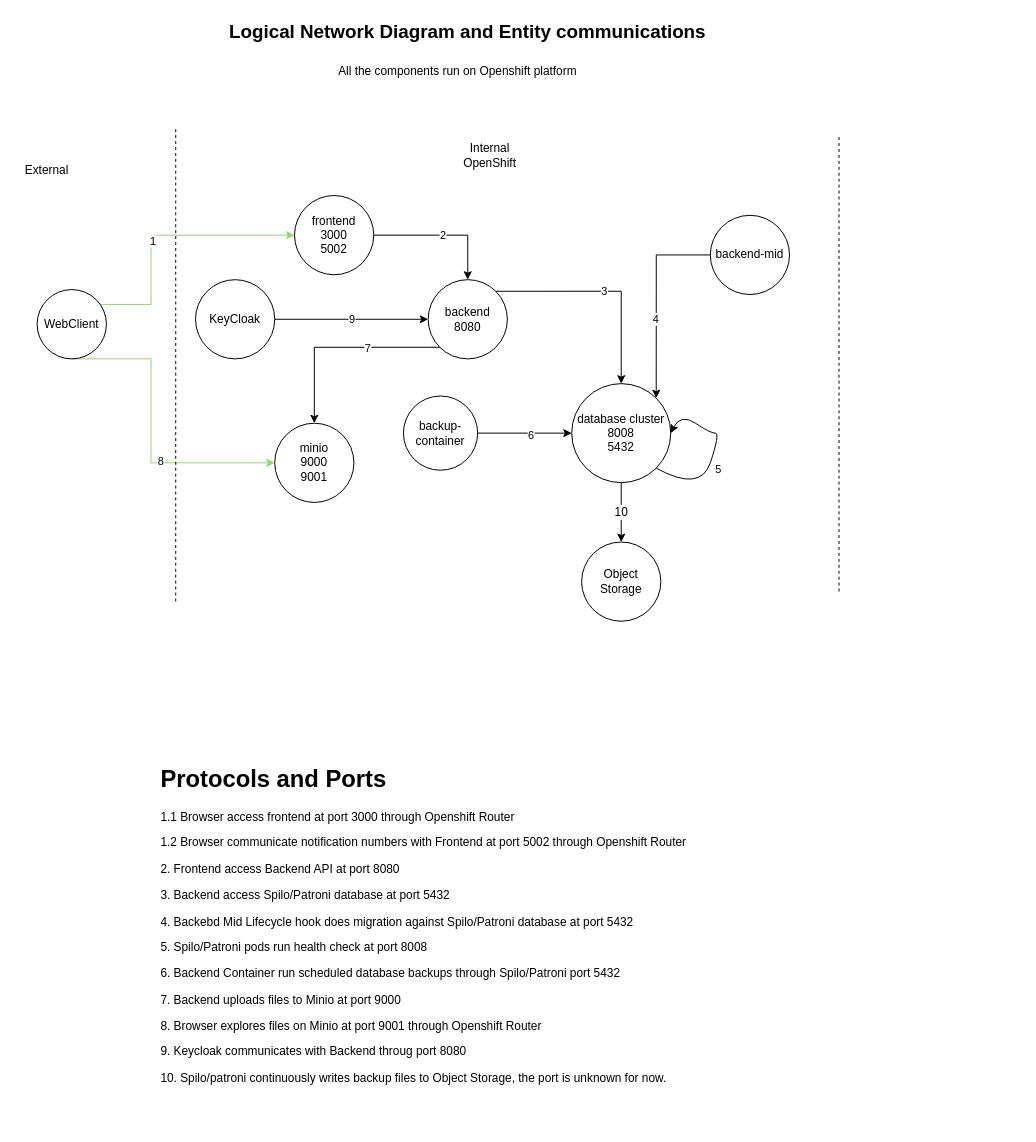
Earlier version of the draw.io diagram openshift/templates/architect-diagram/knp-diagram.drawio (bcgov/itvr). Source tidied: cells renumbered, new cells numbered last; positions are measured from the earlier drawing's top-left corner, leaving out a move shared by most shapes. Both pictures are drawn from the tidied source at 99%, with x=0, y=0 at pixel (17, 17).
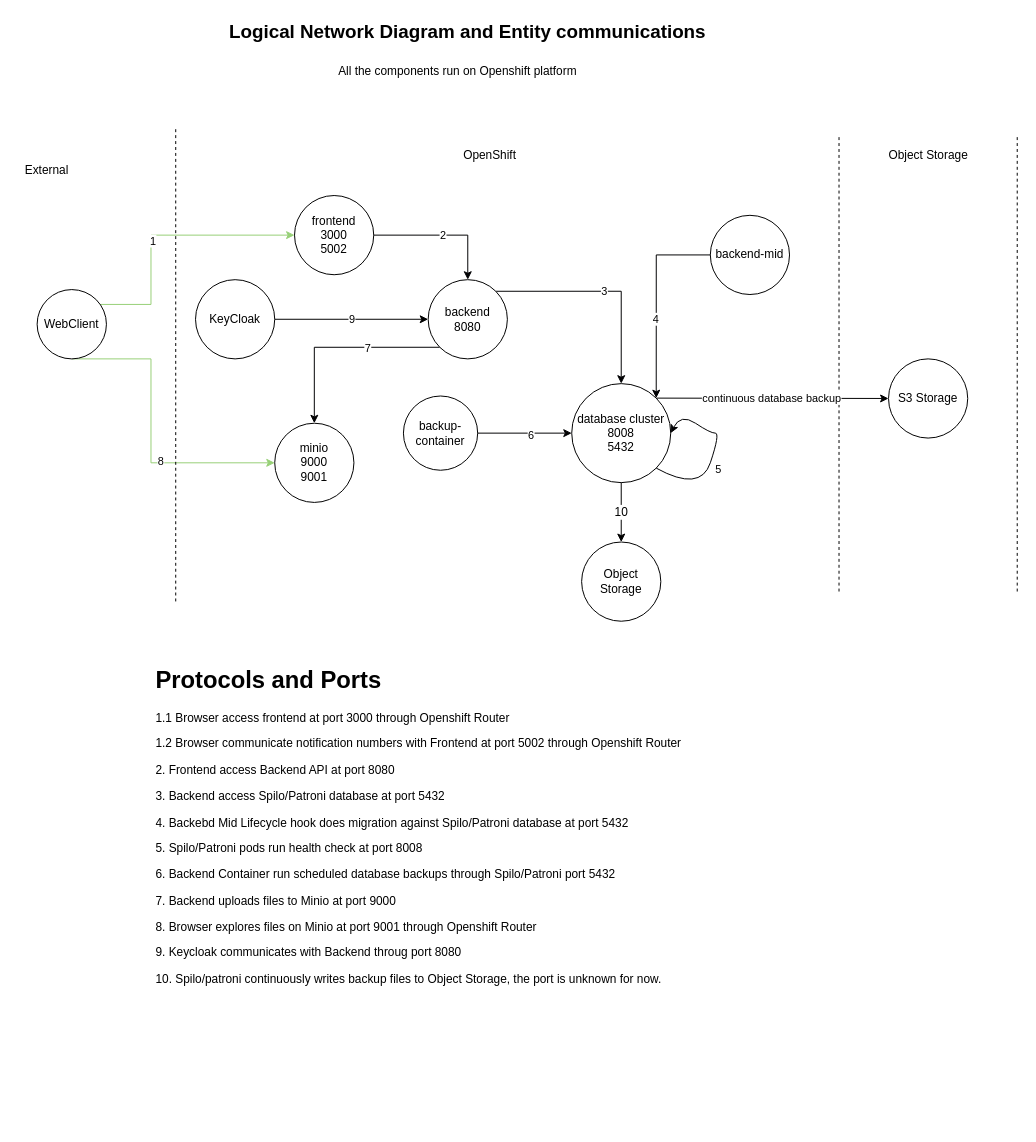
After the change.

Commit message:
update knp diagram

Unchanged cells that the change refers to:
```xml
<mxCell id="8" value="database cluster&lt;br&gt;8008&lt;br&gt;5432" style="ellipse;whiteSpace=wrap;html=1;" parent="1" vertex="1">
  <mxGeometry x="560" y="370" width="100" height="100" as="geometry" />
</mxCell>
```

The edit, as a diff of the source:
```diff
@@
     <mxCell id="23" value="&lt;h1&gt;Protocols and Ports&lt;/h1&gt;&lt;p&gt;1.1 Browser access frontend at port 3000 through Openshift Router&lt;/p&gt;&lt;p&gt;1.2 Browser communicate notification numbers with Frontend at port 5002 through Openshift Router&lt;/p&gt;&lt;p&gt;2. Frontend access Backend API at port 8080&lt;/p&gt;&lt;p&gt;3. Backend access Spilo/Patroni database at port 5432&lt;/p&gt;&lt;p&gt;4. Backebd Mid Lifecycle hook does migration against Spilo/Patroni database at port 5432&lt;/p&gt;&lt;p&gt;5. Spilo/Patroni pods run health check at port 8008&lt;/p&gt;&lt;p&gt;6. Backend Container run scheduled database backups through Spilo/Patroni port 5432&lt;/p&gt;&lt;p&gt;7. Backend uploads files to Minio at port 9000&lt;/p&gt;&lt;p&gt;8. Browser explores files on Minio at port 9001 through Openshift Router&lt;/p&gt;&lt;p&gt;9. Keycloak communicates with Backend throug port 8080&lt;/p&gt;&lt;p&gt;10. Spilo/patroni continuously writes backup files to Object Storage, the port is unknown for now.&lt;/p&gt;" style="text;html=1;strokeColor=none;fillColor=none;spacing=5;spacingTop=-20;whiteSpace=wrap;overflow=hidden;rounded=0;" parent="1" vertex="1">
-      <mxGeometry x="140" y="750" width="640" height="370" as="geometry" />
+      <mxGeometry x="135" y="650" width="640" height="370" as="geometry" />
     </mxCell>
@@
-    <mxCell id="28" value="Internal&lt;br&gt;OpenShift" style="text;html=1;strokeColor=none;fillColor=none;align=center;verticalAlign=middle;whiteSpace=wrap;rounded=0;" parent="1" vertex="1">
+    <mxCell id="28" value="OpenShift" style="text;html=1;strokeColor=none;fillColor=none;align=center;verticalAlign=middle;whiteSpace=wrap;rounded=0;" parent="1" vertex="1">
       <mxGeometry x="430" y="110" width="95" height="60" as="geometry" />
     </mxCell>
@@
+    <mxCell id="34" style="endArrow=none;dashed=1;html=1;rounded=0;" parent="1" edge="1">
+      <mxGeometry relative="1" as="geometry">
+        <mxPoint x="1010" y="580" as="sourcePoint" />
+        <mxPoint x="1010" y="120" as="targetPoint" />
+      </mxGeometry>
+    </mxCell>
+    <mxCell id="35" value="Object Storage" style="text;html=1;strokeColor=none;fillColor=none;align=center;verticalAlign=middle;whiteSpace=wrap;rounded=0;" parent="1" vertex="1">
+      <mxGeometry x="872.5" y="110" width="95" height="60" as="geometry" />
+    </mxCell>
+    <mxCell id="36" value="S3 Storage" style="ellipse;whiteSpace=wrap;html=1;" parent="1" vertex="1">
+      <mxGeometry x="880" y="345" width="80" height="80" as="geometry" />
+    </mxCell>
+    <mxCell id="37" style="endArrow=classic;html=1;rounded=0;entryX=0;entryY=0.5;entryDx=0;entryDy=0;exitX=1;exitY=0;exitDx=0;exitDy=0;" parent="1" edge="1" source="8" target="36">
+      <mxGeometry relative="1" as="geometry" />
+    </mxCell>
+    <mxCell id="38" value="continuous database backup" style="edgeLabel;html=1;align=center;verticalAlign=middle;" parent="37" vertex="1">
+      <mxGeometry x="-0.01" relative="1" as="geometry" />
+    </mxCell>
```
